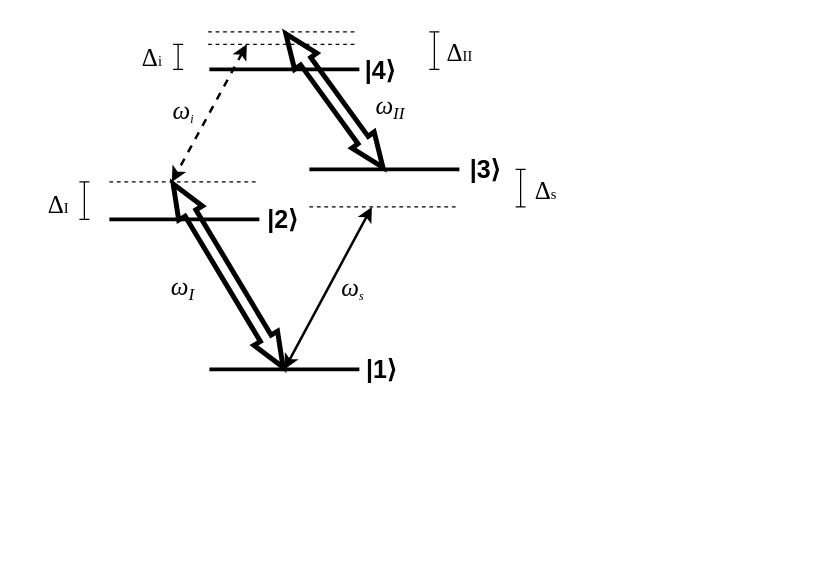
The draw.io diagram HonoursThesis/Figs/Drawio/DrivenDiamondAtom.drawio in Aaron-Dayton/HonoursProject, before the edit. Source tidied: cells renumbered, new cells numbered last; positions are measured from the earlier drawing's top-left corner, leaving out a move shared by most shapes. Both pictures are drawn from the tidied source at 125%, with x=0, y=0 at pixel (21, 31).
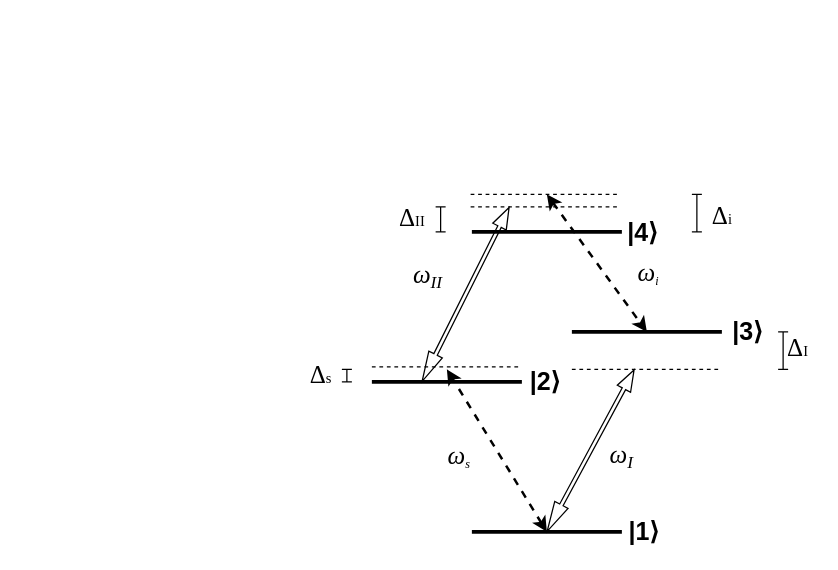
Above is the later version.

What changed in the source:
```diff
@@
-    <mxCell id="2" style="endArrow=none;html=1;rounded=0;strokeWidth=3;" parent="1" edge="1">
-      <mxGeometry relative="1" as="geometry">
-        <mxPoint x="150" y="30" as="sourcePoint" />
-        <mxPoint x="270" y="30" as="targetPoint" />
-      </mxGeometry>
-    </mxCell>
-    <mxCell id="3" style="endArrow=none;html=1;rounded=0;strokeWidth=3;" parent="1" edge="1">
-      <mxGeometry relative="1" as="geometry">
-        <mxPoint x="230" y="110" as="sourcePoint" />
-        <mxPoint x="350" y="110" as="targetPoint" />
-      </mxGeometry>
-    </mxCell>
-    <mxCell id="4" style="endArrow=none;html=1;rounded=0;strokeWidth=3;" parent="1" edge="1">
-      <mxGeometry relative="1" as="geometry">
-        <mxPoint x="70" y="150" as="sourcePoint" />
-        <mxPoint x="190" y="150" as="targetPoint" />
-      </mxGeometry>
-    </mxCell>
-    <mxCell id="5" style="endArrow=none;html=1;rounded=0;strokeWidth=3;" parent="1" edge="1">
-      <mxGeometry relative="1" as="geometry">
-        <mxPoint x="150" y="270" as="sourcePoint" />
-        <mxPoint x="270" y="270" as="targetPoint" />
-      </mxGeometry>
-    </mxCell>
-    <mxCell id="6" style="endArrow=classic;startArrow=classic;html=1;rounded=0;strokeWidth=2;" parent="1" edge="1">
-      <mxGeometry relative="1" as="geometry">
-        <mxPoint x="210" y="270" as="sourcePoint" />
-        <mxPoint x="280" y="140" as="targetPoint" />
-      </mxGeometry>
-    </mxCell>
-    <mxCell id="7" style="endArrow=classic;startArrow=classic;html=1;rounded=0;strokeWidth=2;dashed=1;" parent="1" edge="1">
-      <mxGeometry relative="1" as="geometry">
-        <mxPoint x="180" y="10" as="sourcePoint" />
-        <mxPoint x="120" y="120" as="targetPoint" />
-      </mxGeometry>
-    </mxCell>
+    <mxCell id="30" style="endArrow=none;html=1;rounded=0;strokeWidth=3;" parent="1" edge="1">
+      <mxGeometry relative="1" as="geometry">
+        <mxPoint x="360" y="160" as="sourcePoint" />
+        <mxPoint x="480" y="160" as="targetPoint" />
+      </mxGeometry>
+    </mxCell>
+    <mxCell id="31" style="endArrow=none;html=1;rounded=0;strokeWidth=3;" parent="1" edge="1">
+      <mxGeometry relative="1" as="geometry">
+        <mxPoint x="440" y="240" as="sourcePoint" />
+        <mxPoint x="560" y="240" as="targetPoint" />
+      </mxGeometry>
+    </mxCell>
+    <mxCell id="32" style="endArrow=none;html=1;rounded=0;strokeWidth=3;" parent="1" edge="1">
+      <mxGeometry relative="1" as="geometry">
+        <mxPoint x="280" y="280" as="sourcePoint" />
+        <mxPoint x="400" y="280" as="targetPoint" />
+      </mxGeometry>
+    </mxCell>
+    <mxCell id="33" style="endArrow=none;html=1;rounded=0;strokeWidth=3;" parent="1" edge="1">
+      <mxGeometry relative="1" as="geometry">
+        <mxPoint x="360" y="400" as="sourcePoint" />
+        <mxPoint x="480" y="400" as="targetPoint" />
+      </mxGeometry>
+    </mxCell>
+    <mxCell id="34" style="endArrow=classic;startArrow=classic;html=1;rounded=0;strokeWidth=2;dashed=1;" parent="1" edge="1">
+      <mxGeometry relative="1" as="geometry">
+        <mxPoint x="420" y="400" as="sourcePoint" />
+        <mxPoint x="340" y="270" as="targetPoint" />
+      </mxGeometry>
+    </mxCell>
+    <mxCell id="35" style="endArrow=classic;startArrow=classic;html=1;rounded=0;strokeWidth=2;dashed=1;" parent="1" edge="1">
+      <mxGeometry relative="1" as="geometry">
+        <mxPoint x="420" y="130" as="sourcePoint" />
+        <mxPoint x="500" y="240" as="targetPoint" />
+      </mxGeometry>
+    </mxCell>
     <mxCell id="8" value="&lt;b&gt;&lt;font style=&quot;font-size: 20px;&quot;&gt;|3⟩&lt;/font&gt;&lt;/b&gt;" style="text;html=1;whiteSpace=wrap;strokeColor=none;fillColor=none;align=center;verticalAlign=middle;rounded=0;" parent="1" vertex="1">
-      <mxGeometry x="316" y="94" width="110" height="30" as="geometry" />
+      <mxGeometry x="526" y="224" width="110" height="30" as="geometry" />
     </mxCell>
     <mxCell id="9" value="&lt;b&gt;&lt;font style=&quot;font-size: 20px;&quot;&gt;|1⟩&lt;/font&gt;&lt;/b&gt;" style="text;html=1;whiteSpace=wrap;strokeColor=none;fillColor=none;align=center;verticalAlign=middle;rounded=0;" parent="1" vertex="1">
-      <mxGeometry x="233" y="254" width="110" height="30" as="geometry" />
+      <mxGeometry x="443" y="384" width="110" height="30" as="geometry" />
     </mxCell>
     <mxCell id="10" value="&lt;b&gt;&lt;font style=&quot;font-size: 20px;&quot;&gt;|4⟩&lt;/font&gt;&lt;/b&gt;" style="text;html=1;whiteSpace=wrap;strokeColor=none;fillColor=none;align=center;verticalAlign=middle;rounded=0;" parent="1" vertex="1">
-      <mxGeometry x="231" y="15" width="112" height="30" as="geometry" />
+      <mxGeometry x="441" y="145" width="112" height="30" as="geometry" />
     </mxCell>
     <mxCell id="11" value="&lt;b&gt;&lt;font style=&quot;font-size: 20px;&quot;&gt;|2⟩&lt;/font&gt;&lt;/b&gt;" style="text;html=1;whiteSpace=wrap;strokeColor=none;fillColor=none;align=center;verticalAlign=middle;rounded=0;" parent="1" vertex="1">
-      <mxGeometry x="159" y="134" width="100" height="30" as="geometry" />
+      <mxGeometry x="369" y="264" width="100" height="30" as="geometry" />
     </mxCell>
-    <mxCell id="12" style="shape=flexArrow;endArrow=classic;startArrow=classic;html=1;rounded=0;strokeWidth=4;width=7;endSize=7.67;endWidth=8;startWidth=8;startSize=7.67;" parent="1" edge="1">
-      <mxGeometry relative="1" as="geometry">
-        <mxPoint x="210" y="270" as="sourcePoint" />
-        <mxPoint x="120" y="120" as="targetPoint" />
-      </mxGeometry>
-    </mxCell>
-    <mxCell id="13" style="endArrow=none;dashed=1;html=1;rounded=0;" parent="1" edge="1">
-      <mxGeometry relative="1" as="geometry">
-        <mxPoint x="149" y="10" as="sourcePoint" />
-        <mxPoint x="269" y="10" as="targetPoint" />
-      </mxGeometry>
-    </mxCell>
-    <mxCell id="14" style="endArrow=none;dashed=1;html=1;rounded=0;" parent="1" edge="1">
-      <mxGeometry relative="1" as="geometry">
-        <mxPoint x="70" y="120" as="sourcePoint" />
-        <mxPoint x="190" y="120" as="targetPoint" />
-      </mxGeometry>
-    </mxCell>
-    <mxCell id="15" style="shape=flexArrow;endArrow=classic;startArrow=classic;html=1;rounded=0;strokeWidth=4;width=7;endSize=7.67;endWidth=8;startWidth=8;startSize=7.67;" parent="1" edge="1">
-      <mxGeometry relative="1" as="geometry">
-        <mxPoint x="290" y="110" as="sourcePoint" />
-        <mxPoint x="210" as="targetPoint" />
-      </mxGeometry>
-    </mxCell>
-    <mxCell id="16" style="endArrow=none;dashed=1;html=1;rounded=0;" parent="1" edge="1">
-      <mxGeometry relative="1" as="geometry">
-        <mxPoint x="149" as="sourcePoint" />
-        <mxPoint x="269" as="targetPoint" />
-      </mxGeometry>
-    </mxCell>
-    <mxCell id="17" style="endArrow=none;dashed=1;html=1;rounded=0;" parent="1" edge="1">
-      <mxGeometry relative="1" as="geometry">
-        <mxPoint x="230" y="140" as="sourcePoint" />
-        <mxPoint x="350" y="140" as="targetPoint" />
-      </mxGeometry>
-    </mxCell>
+    <mxCell id="36" style="endArrow=none;dashed=1;html=1;rounded=0;" parent="1" edge="1">
+      <mxGeometry relative="1" as="geometry">
+        <mxPoint x="359" y="140" as="sourcePoint" />
+        <mxPoint x="479" y="140" as="targetPoint" />
+      </mxGeometry>
+    </mxCell>
+    <mxCell id="37" style="endArrow=none;dashed=1;html=1;rounded=0;" parent="1" edge="1">
+      <mxGeometry relative="1" as="geometry">
+        <mxPoint x="280" y="268" as="sourcePoint" />
+        <mxPoint x="400" y="268" as="targetPoint" />
+      </mxGeometry>
+    </mxCell>
+    <mxCell id="38" style="shape=flexArrow;endArrow=classic;startArrow=classic;html=1;rounded=0;strokeWidth=1;width=3.0555555555555554;endSize=5.370833333333334;endWidth=8;startWidth=8;startSize=7.67;" parent="1" edge="1">
+      <mxGeometry relative="1" as="geometry">
+        <mxPoint x="320" y="280" as="sourcePoint" />
+        <mxPoint x="390" y="140" as="targetPoint" />
+      </mxGeometry>
+    </mxCell>
+    <mxCell id="39" style="endArrow=none;dashed=1;html=1;rounded=0;" parent="1" edge="1">
+      <mxGeometry relative="1" as="geometry">
+        <mxPoint x="359" y="130" as="sourcePoint" />
+        <mxPoint x="479" y="130" as="targetPoint" />
+      </mxGeometry>
+    </mxCell>
+    <mxCell id="40" style="endArrow=none;dashed=1;html=1;rounded=0;" parent="1" edge="1">
+      <mxGeometry relative="1" as="geometry">
+        <mxPoint x="440" y="270" as="sourcePoint" />
+        <mxPoint x="560" y="270" as="targetPoint" />
+      </mxGeometry>
+    </mxCell>
     <mxCell id="18" value="&lt;i style=&quot;&quot;&gt;&lt;font face=&quot;Times New Roman&quot; style=&quot;font-size: 20px;&quot;&gt;ω&lt;/font&gt;&lt;font face=&quot;Times New Roman&quot; style=&quot;font-size: 16.6667px;&quot;&gt;&lt;sub&gt;I&lt;/sub&gt;&lt;/font&gt;&lt;/i&gt;" style="text;html=1;whiteSpace=wrap;strokeColor=none;fillColor=none;align=center;verticalAlign=middle;rounded=0;" parent="1" vertex="1">
-      <mxGeometry x="99" y="190" width="60" height="30" as="geometry" />
+      <mxGeometry x="450" y="324" width="60" height="30" as="geometry" />
     </mxCell>
     <mxCell id="19" value="&lt;i style=&quot;&quot;&gt;&lt;font face=&quot;Times New Roman&quot; style=&quot;font-size: 20px;&quot;&gt;ω&lt;/font&gt;&lt;font face=&quot;Times New Roman&quot; style=&quot;font-size: 16.6667px;&quot;&gt;&lt;sub&gt;II&lt;/sub&gt;&lt;/font&gt;&lt;/i&gt;" style="text;html=1;whiteSpace=wrap;strokeColor=none;fillColor=none;align=center;verticalAlign=middle;rounded=0;" parent="1" vertex="1">
-      <mxGeometry x="265" y="45" width="60" height="30" as="geometry" />
+      <mxGeometry x="295" y="180" width="60" height="30" as="geometry" />
     </mxCell>
     <mxCell id="20" value="&lt;i style=&quot;&quot;&gt;&lt;font face=&quot;Times New Roman&quot; style=&quot;font-size: 20px;&quot;&gt;ω&lt;/font&gt;&lt;font face=&quot;Times New Roman&quot; style=&quot;font-size: 11.5741px;&quot;&gt;&lt;sub&gt;s&lt;/sub&gt;&lt;/font&gt;&lt;/i&gt;" style="text;html=1;whiteSpace=wrap;strokeColor=none;fillColor=none;align=center;verticalAlign=middle;rounded=0;" parent="1" vertex="1">
-      <mxGeometry x="235" y="190" width="60" height="30" as="geometry" />
+      <mxGeometry x="320" y="324" width="60" height="30" as="geometry" />
     </mxCell>
     <mxCell id="21" value="&lt;i style=&quot;&quot;&gt;&lt;font face=&quot;Times New Roman&quot; style=&quot;font-size: 20px;&quot;&gt;ω&lt;/font&gt;&lt;font face=&quot;Times New Roman&quot; style=&quot;font-size: 11.5741px;&quot;&gt;&lt;sub&gt;i&lt;/sub&gt;&lt;/font&gt;&lt;/i&gt;" style="text;html=1;whiteSpace=wrap;strokeColor=none;fillColor=none;align=center;verticalAlign=middle;rounded=0;" parent="1" vertex="1">
-      <mxGeometry x="100" y="50" width="59" height="25" as="geometry" />
+      <mxGeometry x="472" y="180" width="59" height="25" as="geometry" />
     </mxCell>
-    <mxCell id="22" style="endArrow=baseDash;html=1;rounded=0;startArrow=baseDash;startFill=0;endFill=0;" parent="1" edge="1">
-      <mxGeometry relative="1" as="geometry">
-        <mxPoint x="125" y="30" as="sourcePoint" />
-        <mxPoint x="125" y="10" as="targetPoint" />
-      </mxGeometry>
-    </mxCell>
-    <mxCell id="23" style="endArrow=baseDash;html=1;rounded=0;startArrow=baseDash;startFill=0;endFill=0;" parent="1" edge="1">
-      <mxGeometry relative="1" as="geometry">
-        <mxPoint x="330" y="30" as="sourcePoint" />
-        <mxPoint x="330" as="targetPoint" />
-      </mxGeometry>
-    </mxCell>
+    <mxCell id="41" style="endArrow=baseDash;html=1;rounded=0;startArrow=baseDash;startFill=0;endFill=0;" parent="1" edge="1">
+      <mxGeometry relative="1" as="geometry">
+        <mxPoint x="335" y="160" as="sourcePoint" />
+        <mxPoint x="335" y="140" as="targetPoint" />
+      </mxGeometry>
+    </mxCell>
+    <mxCell id="42" style="endArrow=baseDash;html=1;rounded=0;startArrow=baseDash;startFill=0;endFill=0;" parent="1" edge="1">
+      <mxGeometry relative="1" as="geometry">
+        <mxPoint x="540" y="160" as="sourcePoint" />
+        <mxPoint x="540" y="130" as="targetPoint" />
+      </mxGeometry>
+    </mxCell>
     <mxCell id="24" value="&lt;font face=&quot;Times New Roman&quot; style=&quot;&quot;&gt;&lt;sub style=&quot;&quot;&gt;&lt;span style=&quot;font-size: 20px;&quot;&gt;Δ&lt;/span&gt;&lt;span style=&quot;font-size: 11.5741px;&quot;&gt;i&lt;/span&gt;&lt;/sub&gt;&lt;/font&gt;" style="text;html=1;whiteSpace=wrap;strokeColor=none;fillColor=none;align=center;verticalAlign=middle;rounded=0;" parent="1" vertex="1">
-      <mxGeometry x="75" y="7" width="59" height="25" as="geometry" />
+      <mxGeometry x="531" y="133" width="59" height="25" as="geometry" />
     </mxCell>
     <mxCell id="25" value="&lt;font face=&quot;Times New Roman&quot; style=&quot;&quot;&gt;&lt;sub style=&quot;&quot;&gt;&lt;span style=&quot;font-size: 20px;&quot;&gt;Δ&lt;/span&gt;&lt;span style=&quot;font-size: 11.5741px;&quot;&gt;ΙΙ&lt;/span&gt;&lt;/sub&gt;&lt;/font&gt;" style="text;html=1;whiteSpace=wrap;strokeColor=none;fillColor=none;align=center;verticalAlign=middle;rounded=0;" parent="1" vertex="1">
-      <mxGeometry x="321" y="3" width="59" height="25" as="geometry" />
+      <mxGeometry x="295" y="135" width="35" height="25" as="geometry" />
     </mxCell>
-    <mxCell id="26" style="endArrow=baseDash;html=1;rounded=0;startArrow=baseDash;startFill=0;endFill=0;" parent="1" edge="1">
-      <mxGeometry relative="1" as="geometry">
-        <mxPoint x="399" y="140" as="sourcePoint" />
-        <mxPoint x="399" y="110" as="targetPoint" />
-      </mxGeometry>
-    </mxCell>
+    <mxCell id="43" style="endArrow=baseDash;html=1;rounded=0;startArrow=baseDash;startFill=0;endFill=0;" parent="1" edge="1">
+      <mxGeometry relative="1" as="geometry">
+        <mxPoint x="609" y="270" as="sourcePoint" />
+        <mxPoint x="609" y="240" as="targetPoint" />
+      </mxGeometry>
+    </mxCell>
     <mxCell id="27" value="&lt;font face=&quot;Times New Roman&quot; style=&quot;&quot;&gt;&lt;sub style=&quot;&quot;&gt;&lt;span style=&quot;font-size: 20px;&quot;&gt;Δ&lt;/span&gt;&lt;span style=&quot;font-size: 11.5741px;&quot;&gt;s&lt;/span&gt;&lt;/sub&gt;&lt;/font&gt;" style="text;html=1;whiteSpace=wrap;strokeColor=none;fillColor=none;align=center;verticalAlign=middle;rounded=0;" parent="1" vertex="1">
-      <mxGeometry x="390" y="113" width="59" height="25" as="geometry" />
+      <mxGeometry x="210" y="260" width="59" height="25" as="geometry" />
     </mxCell>
-    <mxCell id="28" style="endArrow=baseDash;html=1;rounded=0;startArrow=baseDash;startFill=0;endFill=0;" parent="1" edge="1">
-      <mxGeometry relative="1" as="geometry">
-        <mxPoint x="50" y="150" as="sourcePoint" />
-        <mxPoint x="50" y="120" as="targetPoint" />
-      </mxGeometry>
-    </mxCell>
+    <mxCell id="44" style="endArrow=baseDash;html=1;rounded=0;startArrow=baseDash;startFill=0;endFill=0;" parent="1" edge="1">
+      <mxGeometry relative="1" as="geometry">
+        <mxPoint x="260" y="280" as="sourcePoint" />
+        <mxPoint x="260" y="270" as="targetPoint" />
+      </mxGeometry>
+    </mxCell>
     <mxCell id="29" value="&lt;font face=&quot;Times New Roman&quot; style=&quot;&quot;&gt;&lt;sub style=&quot;&quot;&gt;&lt;span style=&quot;font-size: 20px;&quot;&gt;Δ&lt;/span&gt;&lt;span style=&quot;font-size: 11.5741px;&quot;&gt;Ι&lt;/span&gt;&lt;/sub&gt;&lt;/font&gt;" style="text;html=1;whiteSpace=wrap;strokeColor=none;fillColor=none;align=center;verticalAlign=middle;rounded=0;" parent="1" vertex="1">
-      <mxGeometry y="124" width="59" height="25" as="geometry" />
+      <mxGeometry x="606" y="239" width="30" height="25" as="geometry" />
     </mxCell>
+    <mxCell id="45" style="shape=flexArrow;endArrow=classic;startArrow=classic;html=1;rounded=0;strokeWidth=1;width=3.0555555555555554;endSize=5.370833333333334;endWidth=8;startWidth=8;startSize=7.67;" parent="1" edge="1">
+      <mxGeometry relative="1" as="geometry">
+        <mxPoint x="420" y="400" as="sourcePoint" />
+        <mxPoint x="490" y="270" as="targetPoint" />
+      </mxGeometry>
+    </mxCell>
```
